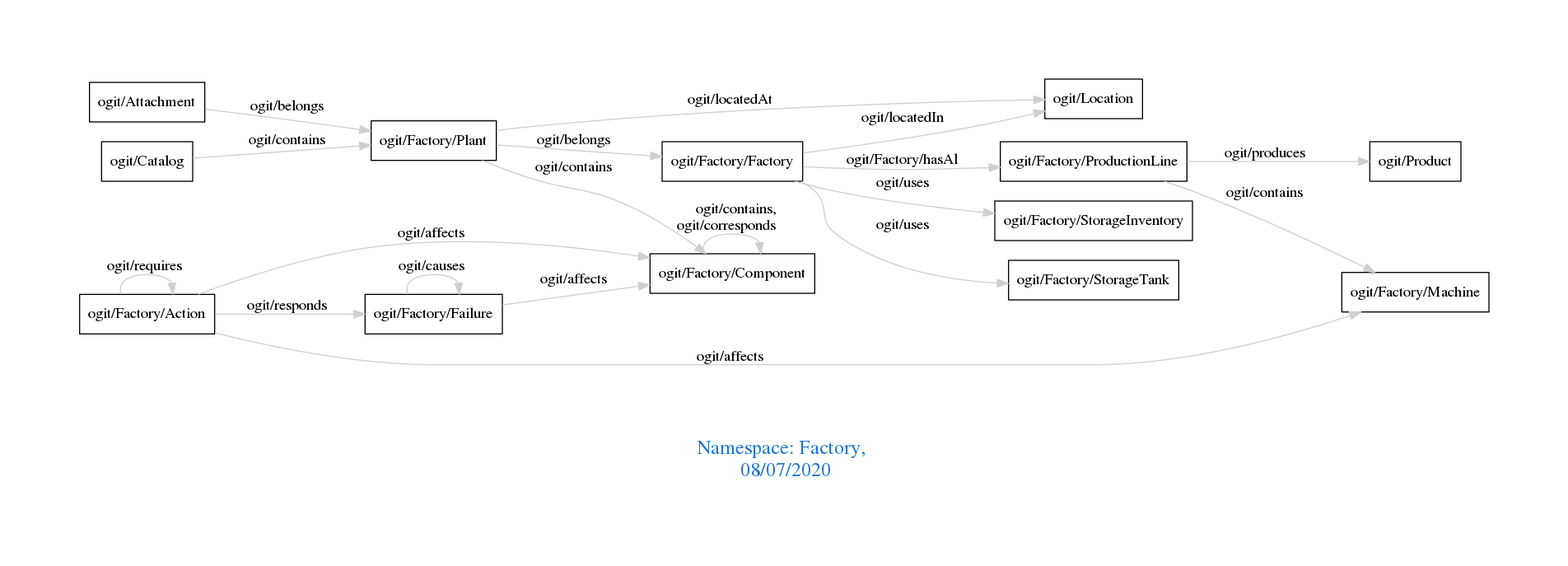
Before: downloads/Factory.png, a diagram exported from Graphviz (arago/OGIT). Its source is kept beside it as downloads/Factory.dot.
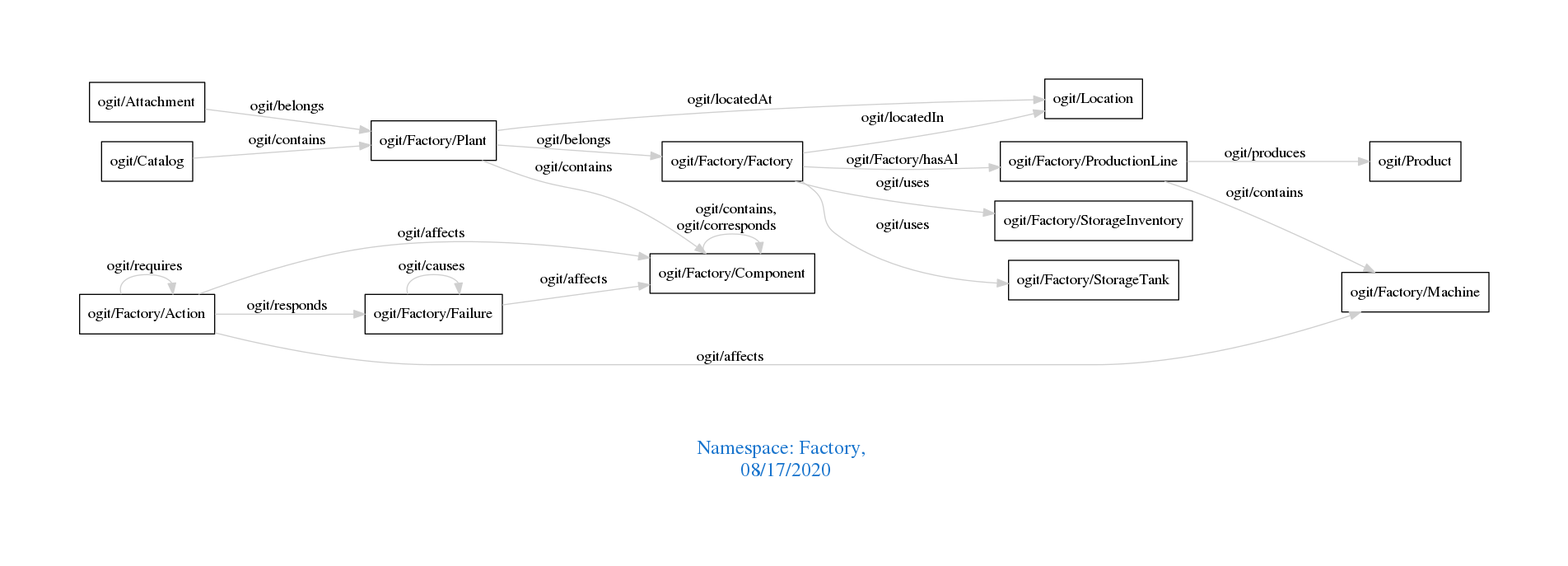
After the change.

Diff of the diagram source:
```diff
@@ -1,7 +1,7 @@
 digraph OGIT_ontology {
  graph [ rankdir= LR,pad=1
 fontsize = 18,
-fontcolor= dodgerblue3,label = "\n\n\nNamespace: Factory, \n 08/07/2020"];
+fontcolor= dodgerblue3,label = "\n\n\nNamespace: Factory, \n 08/17/2020"];
 node[shape=polygon];
 edge [  color="gray81"];
 
```
